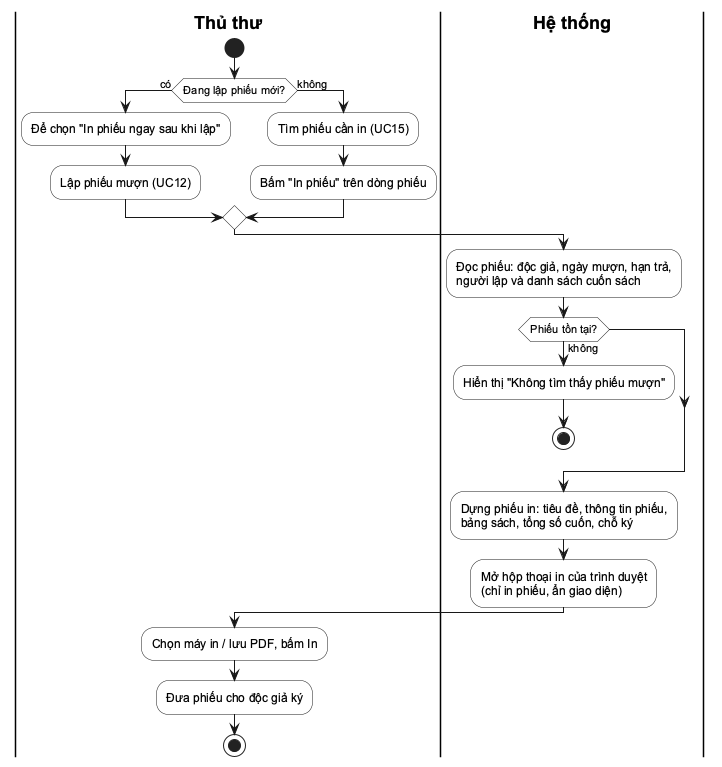
Above: docs/uml/act17_in_phieu.png in khoiln218/ThuVienMini (PlantUML), before the change. The source it was exported from:
```plantuml
@startuml
skinparam defaultFontName Arial
skinparam shadowing false
skinparam ActivityBackgroundColor #FFFFFF
skinparam SwimlaneTitleFontStyle bold
|Thủ thư|
start
if (Đang lập phiếu mới?) then (có)
  :Để chọn "In phiếu ngay sau khi lập";
  :Lập phiếu mượn (UC12);
else (không)
  :Tìm phiếu cần in (UC15);
  :Bấm "In phiếu" trên dòng phiếu;
endif
|Hệ thống|
:Đọc phiếu: độc giả, ngày mượn, hạn trả,\nngười lập và danh sách cuốn sách;
if (Phiếu tồn tại?) then (không)
  :Hiển thị "Không tìm thấy phiếu mượn";
  stop
endif
:Dựng phiếu in: tiêu đề, thông tin phiếu,\nbảng sách, tổng số cuốn, chỗ ký;
:Mở hộp thoại in của trình duyệt\n(chỉ in phiếu, ẩn giao diện);
|Thủ thư|
:Chọn máy in / lưu PDF, bấm In;
:Đưa phiếu cho độc giả ký;
stop
@enduml
```
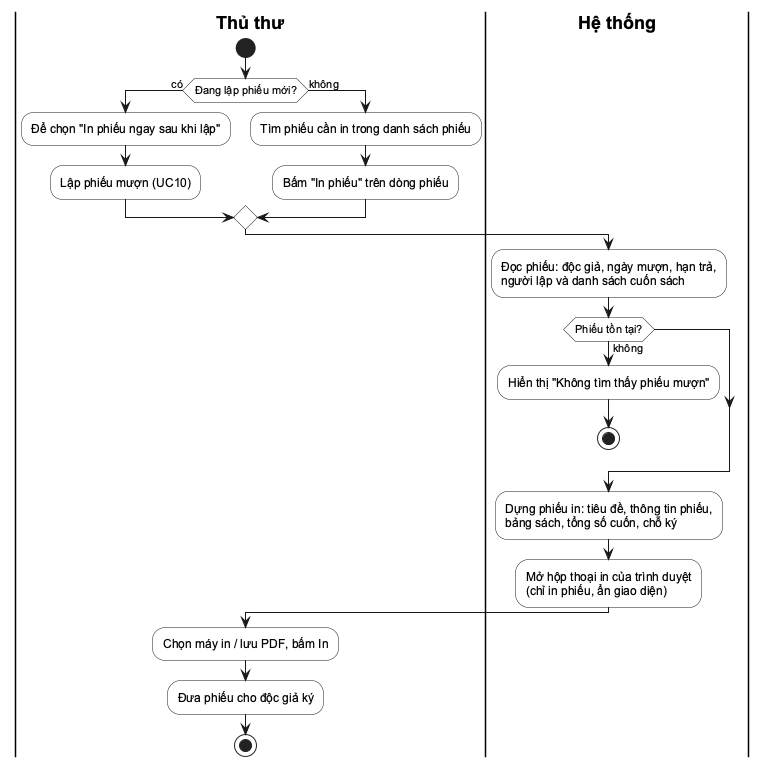
The same file after the commit.

Change to the diagram source:
```diff
@@ -7,9 +7,9 @@
 start
 if (Đang lập phiếu mới?) then (có)
   :Để chọn "In phiếu ngay sau khi lập";
-  :Lập phiếu mượn (UC12);
+  :Lập phiếu mượn (UC10);
 else (không)
-  :Tìm phiếu cần in (UC15);
+  :Tìm phiếu cần in trong danh sách phiếu;
   :Bấm "In phiếu" trên dòng phiếu;
 endif
 |Hệ thống|
```
